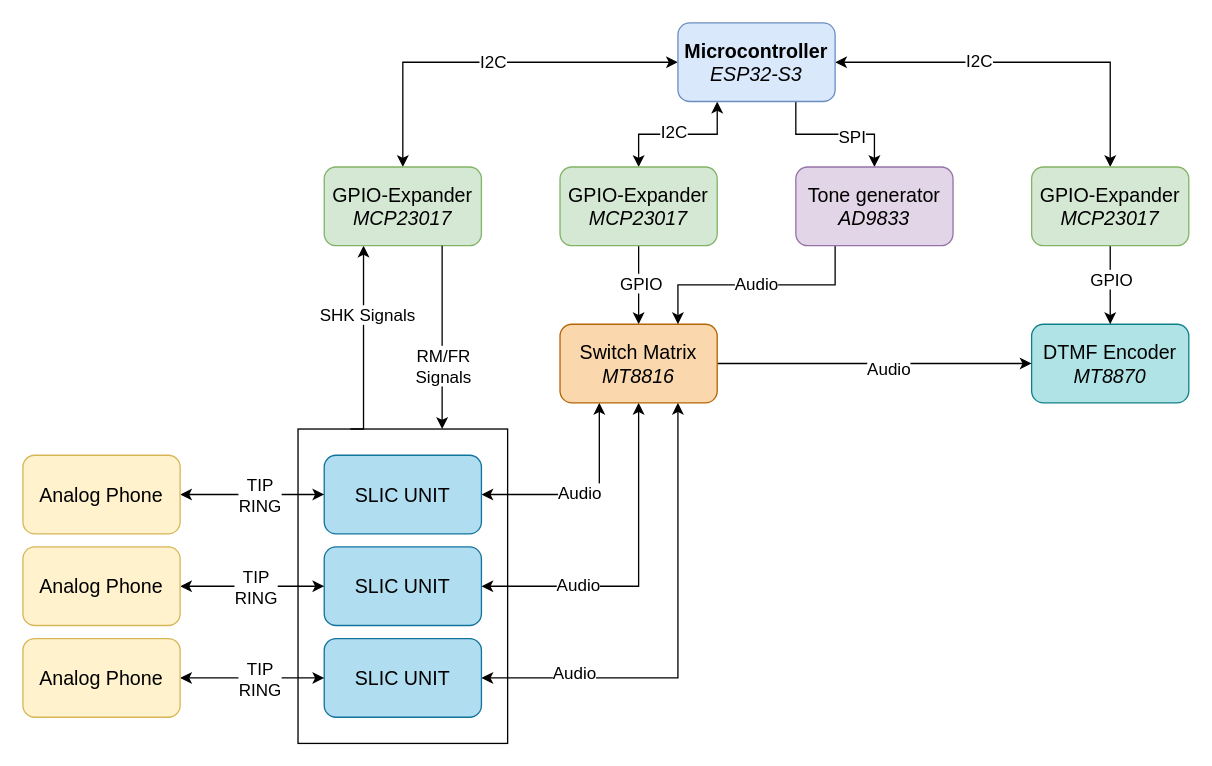
Before: docs/Block Diagram Hardware.drawio in ondfrukt/Phone-exchange, a draw.io diagram. Source tidied: cells renumbered, new cells numbered last; positions are measured from the earlier drawing's top-left corner, leaving out a move shared by most shapes. Both pictures are drawn from the tidied source at 131%, with x=0, y=0 at pixel (22, 22).
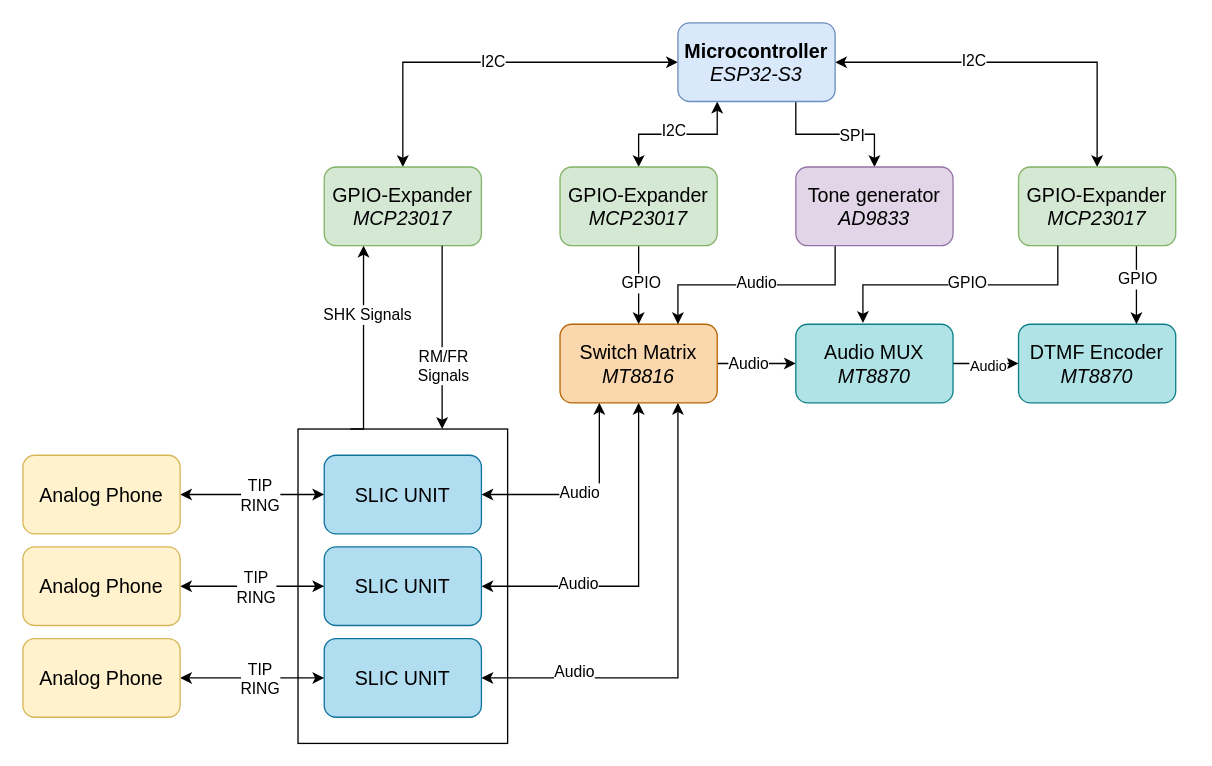
After the change.

Unchanged cells that the change refers to:
```xml
<mxCell id="3" style="edgeStyle=orthogonalEdgeStyle;rounded=0;jettySize=auto;html=1;exitX=0;exitY=0.5;exitDx=0;exitDy=0;startArrow=classic;startFill=1;" parent="1" edge="1" source="11" target="14">
  <mxGeometry relative="1" as="geometry" />
</mxCell>
<mxCell id="5" style="edgeStyle=orthogonalEdgeStyle;rounded=0;jettySize=auto;html=1;exitX=0.25;exitY=1;exitDx=0;exitDy=0;entryX=0.5;entryY=0;entryDx=0;entryDy=0;startArrow=classic;startFill=1;" parent="1" edge="1" source="11" target="17">
  <mxGeometry relative="1" as="geometry" />
</mxCell>
<mxCell id="7" style="edgeStyle=orthogonalEdgeStyle;rounded=0;jettySize=auto;html=1;exitX=1;exitY=0.5;exitDx=0;exitDy=0;entryX=0.5;entryY=0;entryDx=0;entryDy=0;startArrow=classic;startFill=1;" parent="1" edge="1" source="11" target="37">
  <mxGeometry relative="1" as="geometry" />
</mxCell>
<mxCell id="9" style="edgeStyle=orthogonalEdgeStyle;rounded=0;jettySize=auto;html=1;exitX=0.75;exitY=1;exitDx=0;exitDy=0;entryX=0.5;entryY=0;entryDx=0;entryDy=0;" parent="1" edge="1" source="11" target="34">
  <mxGeometry relative="1" as="geometry" />
</mxCell>
<mxCell id="12" style="edgeStyle=orthogonalEdgeStyle;rounded=0;jettySize=auto;html=1;exitX=0.25;exitY=1;exitDx=0;exitDy=0;startArrow=classic;startFill=1;endArrow=none;endFill=0;entryX=0.25;entryY=0;entryDx=0;entryDy=0;" parent="1" edge="1" source="14" target="2">
  <mxGeometry relative="1" as="geometry">
    <Array as="points">
      <mxPoint x="260" y="310" />
    </Array>
  </mxGeometry>
</mxCell>
<mxCell id="15" style="edgeStyle=orthogonalEdgeStyle;rounded=0;jettySize=auto;html=1;exitX=0.5;exitY=1;exitDx=0;exitDy=0;entryX=0.5;entryY=0;entryDx=0;entryDy=0;" parent="1" edge="1" source="17" target="31">
  <mxGeometry relative="1" as="geometry" />
</mxCell>
<mxCell id="19" style="edgeStyle=orthogonalEdgeStyle;rounded=0;jettySize=auto;html=1;exitX=1;exitY=0.5;exitDx=0;exitDy=0;entryX=0.75;entryY=1;entryDx=0;entryDy=0;startArrow=classic;startFill=1;" parent="1" edge="1" source="21" target="31">
  <mxGeometry relative="1" as="geometry" />
</mxCell>
<mxCell id="22" style="edgeStyle=orthogonalEdgeStyle;rounded=0;jettySize=auto;html=1;exitX=1;exitY=0.5;exitDx=0;exitDy=0;entryX=0.5;entryY=1;entryDx=0;entryDy=0;startArrow=classic;startFill=1;" parent="1" edge="1" source="26" target="31">
  <mxGeometry relative="1" as="geometry" />
</mxCell>
<mxCell id="24" style="edgeStyle=orthogonalEdgeStyle;rounded=0;jettySize=auto;html=1;exitX=0.75;exitY=1;exitDx=0;exitDy=0;" parent="1" edge="1" source="14">
  <mxGeometry relative="1" as="geometry">
    <mxPoint x="320" y="310" as="targetPoint" />
  </mxGeometry>
</mxCell>
<mxCell id="29" style="edgeStyle=orthogonalEdgeStyle;rounded=0;jettySize=auto;html=1;exitX=0.25;exitY=1;exitDx=0;exitDy=0;entryX=1;entryY=0.5;entryDx=0;entryDy=0;startArrow=classic;startFill=1;" parent="1" edge="1" source="31" target="44">
  <mxGeometry relative="1" as="geometry" />
</mxCell>
<mxCell id="31" value="&lt;div&gt;Switch Matrix&lt;/div&gt;&lt;div&gt;&lt;i&gt;MT8816&lt;/i&gt;&lt;/div&gt;" style="rounded=1;whiteSpace=wrap;html=1;fillColor=#fad7ac;strokeColor=#b46504;align=center;fontSize=15;" parent="1" vertex="1">
  <mxGeometry x="410" y="230" width="120" height="60" as="geometry" />
</mxCell>
<mxCell id="32" style="edgeStyle=orthogonalEdgeStyle;rounded=0;jettySize=auto;html=1;exitX=0.25;exitY=1;exitDx=0;exitDy=0;entryX=0.75;entryY=0;entryDx=0;entryDy=0;" parent="1" edge="1" source="34" target="31">
  <mxGeometry relative="1" as="geometry" />
</mxCell>
<mxCell id="38" style="edgeStyle=orthogonalEdgeStyle;rounded=0;jettySize=auto;html=1;exitX=1;exitY=0.5;exitDx=0;exitDy=0;entryX=0;entryY=0.5;entryDx=0;entryDy=0;startArrow=classic;startFill=1;" parent="1" edge="1" source="40" target="26">
  <mxGeometry relative="1" as="geometry" />
</mxCell>
<mxCell id="41" style="edgeStyle=orthogonalEdgeStyle;rounded=0;jettySize=auto;html=1;exitX=1;exitY=0.5;exitDx=0;exitDy=0;entryX=0;entryY=0.5;entryDx=0;entryDy=0;startArrow=classic;startFill=1;" parent="1" edge="1" source="43" target="21">
  <mxGeometry relative="1" as="geometry" />
</mxCell>
<mxCell id="45" style="edgeStyle=orthogonalEdgeStyle;rounded=0;jettySize=auto;html=1;exitX=1;exitY=0.5;exitDx=0;exitDy=0;entryX=0;entryY=0.5;entryDx=0;entryDy=0;startArrow=classic;startFill=1;" parent="1" edge="1" source="47" target="44">
  <mxGeometry relative="1" as="geometry" />
</mxCell>
```

Diff of the diagram source:
```diff
@@
-    <mxCell id="4" value="I2C" style="edgeLabel;html=1;align=center;verticalAlign=middle;fontSize=13;" parent="3" vertex="1">
+    <mxCell id="4" value="I2C" style="edgeLabel;html=1;align=center;verticalAlign=middle;fontSize=12;" parent="3" vertex="1">
       <mxGeometry x="-0.02" y="-1" relative="1" as="geometry" />
     </mxCell>
@@
-    <mxCell id="6" value="I2C" style="edgeLabel;html=1;align=center;verticalAlign=middle;fontSize=13;" parent="5" vertex="1">
+    <mxCell id="6" value="I2C" style="edgeLabel;html=1;align=center;verticalAlign=middle;fontSize=12;" parent="5" vertex="1">
       <mxGeometry x="0.07" y="-3" relative="1" as="geometry" />
     </mxCell>
@@
-    <mxCell id="8" value="I2C" style="edgeLabel;html=1;align=center;verticalAlign=middle;fontSize=13;" parent="7" vertex="1">
+    <mxCell id="8" value="I2C" style="edgeLabel;html=1;align=center;verticalAlign=middle;fontSize=12;" parent="7" vertex="1">
       <mxGeometry x="-0.25" y="2" relative="1" as="geometry" />
     </mxCell>
@@
-    <mxCell id="10" value="SPI" style="edgeLabel;html=1;align=center;verticalAlign=middle;fontSize=13;" parent="9" vertex="1">
+    <mxCell id="10" value="SPI" style="edgeLabel;html=1;align=center;verticalAlign=middle;fontSize=12;" parent="9" vertex="1">
       <mxGeometry x="0.22" y="-1" relative="1" as="geometry" />
     </mxCell>
@@
-    <mxCell id="13" value="SHK Signals" style="edgeLabel;html=1;align=center;verticalAlign=middle;fontSize=13;" parent="12" vertex="1">
+    <mxCell id="13" value="SHK Signals" style="edgeLabel;html=1;align=center;verticalAlign=middle;fontSize=12;" parent="12" vertex="1">
       <mxGeometry x="-0.11" y="2" relative="1" as="geometry">
         <mxPoint y="-15" as="offset" />
       </mxGeometry>
     </mxCell>
@@
-    <mxCell id="16" value="GPIO" style="edgeLabel;html=1;align=center;verticalAlign=middle;fontSize=13;" parent="15" vertex="1">
+    <mxCell id="16" value="GPIO" style="edgeLabel;html=1;align=center;verticalAlign=middle;fontSize=12;" parent="15" vertex="1">
       <mxGeometry x="-0.08" y="1" relative="1" as="geometry" />
     </mxCell>
@@
     <mxCell id="18" value="DTMF Encoder&lt;br&gt;&lt;i&gt;MT8870&lt;/i&gt;" style="rounded=1;whiteSpace=wrap;html=1;fillColor=#b0e3e6;strokeColor=#0e8088;fontSize=15;" parent="1" vertex="1">
-      <mxGeometry x="770" y="230" width="120" height="60" as="geometry" />
+      <mxGeometry x="760" y="230" width="120" height="60" as="geometry" />
     </mxCell>
@@
-    <mxCell id="20" value="Audio" style="edgeLabel;html=1;align=center;verticalAlign=middle;fontSize=13;" parent="19" vertex="1">
+    <mxCell id="20" value="Audio" style="edgeLabel;html=1;align=center;verticalAlign=middle;fontSize=12;" parent="19" vertex="1">
       <mxGeometry x="0.05" y="4" relative="1" as="geometry">
         <mxPoint x="-76" y="34" as="offset" />
       </mxGeometry>
     </mxCell>
@@
-    <mxCell id="23" value="Audio" style="edgeLabel;html=1;align=center;verticalAlign=middle;fontSize=13;" parent="22" vertex="1">
+    <mxCell id="23" value="Audio" style="edgeLabel;html=1;align=center;verticalAlign=middle;fontSize=12;" parent="22" vertex="1">
       <mxGeometry x="-0.06" relative="1" as="geometry">
         <mxPoint x="-47" as="offset" />
       </mxGeometry>
     </mxCell>
@@
-    <mxCell id="25" value="RM/FR&lt;br&gt;Signals" style="edgeLabel;html=1;align=center;verticalAlign=middle;fontSize=13;" parent="24" vertex="1">
+    <mxCell id="25" value="RM/FR&lt;br&gt;Signals" style="edgeLabel;html=1;align=center;verticalAlign=middle;fontSize=12;" parent="24" vertex="1">
       <mxGeometry x="-0.06" relative="1" as="geometry">
         <mxPoint y="25" as="offset" />
       </mxGeometry>
     </mxCell>
@@
-    <mxCell id="27" style="edgeStyle=orthogonalEdgeStyle;rounded=0;jettySize=auto;html=1;exitX=1;exitY=0.5;exitDx=0;exitDy=0;entryX=0;entryY=0.5;entryDx=0;entryDy=0;" parent="1" edge="1" source="31" target="18">
+    <mxCell id="27" style="edgeStyle=orthogonalEdgeStyle;rounded=0;jettySize=auto;html=1;exitX=1;exitY=0.5;exitDx=0;exitDy=0;entryX=0;entryY=0.5;entryDx=0;entryDy=0;" parent="1" edge="1" source="31" target="50">
       <mxGeometry relative="1" as="geometry" />
     </mxCell>
-    <mxCell id="28" value="Audio" style="edgeLabel;html=1;align=center;verticalAlign=middle;fontSize=13;" parent="27" vertex="1">
-      <mxGeometry x="0.08" y="-3" relative="1" as="geometry" />
+    <mxCell id="28" value="Audio" style="edgeLabel;html=1;align=center;verticalAlign=middle;fontSize=12;" parent="27" vertex="1">
+      <mxGeometry x="0.08" y="-3" relative="1" as="geometry">
+        <mxPoint x="-9" y="-3" as="offset" />
+      </mxGeometry>
     </mxCell>
@@
-    <mxCell id="30" value="Audio" style="edgeLabel;html=1;align=center;verticalAlign=middle;fontSize=13;" parent="29" vertex="1">
+    <mxCell id="30" value="Audio" style="edgeLabel;html=1;align=center;verticalAlign=middle;fontSize=12;" parent="29" vertex="1">
       <mxGeometry x="0.07" y="-2" relative="1" as="geometry" />
     </mxCell>
@@
-    <mxCell id="33" value="Audio" style="edgeLabel;html=1;align=center;verticalAlign=middle;fontSize=13;" parent="32" vertex="1">
+    <mxCell id="33" value="Audio" style="edgeLabel;html=1;align=center;verticalAlign=middle;fontSize=12;" parent="32" vertex="1">
       <mxGeometry x="-0.19" y="-2" relative="1" as="geometry">
         <mxPoint x="-18" as="offset" />
       </mxGeometry>
     </mxCell>
-    <mxCell id="34" value="Tone generator&lt;div&gt;&lt;i&gt;AD9833&lt;/i&gt;&lt;/div&gt;" style="rounded=1;whiteSpace=wrap;html=1;fillColor=#e1d5e7;strokeColor=#9673a6;fontSize=15;" parent="1" vertex="1">
-      <mxGeometry x="590" y="110" width="120" height="60" as="geometry" />
-    </mxCell>
-    <mxCell id="35" style="edgeStyle=orthogonalEdgeStyle;rounded=0;jettySize=auto;html=1;exitX=0.5;exitY=1;exitDx=0;exitDy=0;" parent="1" edge="1" source="37" target="18">
+    <mxCell id="35" style="edgeStyle=orthogonalEdgeStyle;rounded=0;jettySize=auto;html=1;exitX=0.75;exitY=1;exitDx=0;exitDy=0;entryX=0.75;entryY=0;entryDx=0;entryDy=0;" parent="1" edge="1" source="37" target="18">
       <mxGeometry relative="1" as="geometry" />
     </mxCell>
-    <mxCell id="36" value="GPIO" style="edgeLabel;html=1;align=center;verticalAlign=middle;fontSize=13;" parent="35" vertex="1">
+    <mxCell id="36" value="GPIO" style="edgeLabel;html=1;align=center;verticalAlign=middle;fontSize=12;" parent="35" vertex="1">
       <mxGeometry x="-0.16" y="-5" relative="1" as="geometry">
         <mxPoint x="5" as="offset" />
       </mxGeometry>
     </mxCell>
     <mxCell id="37" value="&lt;font&gt;GPIO-Expander&lt;br&gt;&lt;i&gt;MCP23017&lt;/i&gt;&lt;/font&gt;" style="rounded=1;whiteSpace=wrap;html=1;fillColor=#d5e8d4;strokeColor=#82b366;fontSize=15;" parent="1" vertex="1">
-      <mxGeometry x="770" y="110" width="120" height="60" as="geometry" />
+      <mxGeometry x="760" y="110" width="120" height="60" as="geometry" />
     </mxCell>
@@
-    <mxCell id="39" value="TIP&lt;div&gt;RING&lt;/div&gt;" style="edgeLabel;html=1;align=center;verticalAlign=middle;fontSize=13;" parent="38" vertex="1">
+    <mxCell id="39" value="TIP&lt;div&gt;RING&lt;/div&gt;" style="edgeLabel;html=1;align=center;verticalAlign=middle;fontSize=12;" parent="38" vertex="1">
       <mxGeometry x="0.04" y="2" relative="1" as="geometry">
         <mxPoint y="2" as="offset" />
       </mxGeometry>
     </mxCell>
@@
-    <mxCell id="42" value="TIP&lt;div&gt;RING&lt;/div&gt;" style="edgeLabel;html=1;align=center;verticalAlign=middle;fontSize=13;" parent="41" vertex="1">
+    <mxCell id="42" value="TIP&lt;div&gt;RING&lt;/div&gt;" style="edgeLabel;html=1;align=center;verticalAlign=middle;fontSize=12;" parent="41" vertex="1">
       <mxGeometry x="-0.07" relative="1" as="geometry">
         <mxPoint x="9" as="offset" />
       </mxGeometry>
     </mxCell>
@@
-    <mxCell id="46" value="TIP&lt;div&gt;RING&lt;/div&gt;" style="edgeLabel;html=1;align=center;verticalAlign=middle;fontSize=13;" parent="45" vertex="1">
+    <mxCell id="46" value="TIP&lt;div&gt;RING&lt;/div&gt;" style="edgeLabel;html=1;align=center;verticalAlign=middle;fontSize=12;" parent="45" vertex="1">
       <mxGeometry x="-0.15" y="2" relative="1" as="geometry">
         <mxPoint x="13" y="2" as="offset" />
       </mxGeometry>
     </mxCell>
@@
+    <mxCell id="48" style="edgeStyle=none;html=1;exitX=1;exitY=0.5;exitDx=0;exitDy=0;entryX=0;entryY=0.5;entryDx=0;entryDy=0;" parent="1" edge="1" source="50" target="18">
+      <mxGeometry relative="1" as="geometry" />
+    </mxCell>
+    <mxCell id="49" value="Audio" style="edgeLabel;html=1;align=center;verticalAlign=middle;" parent="48" vertex="1">
+      <mxGeometry x="0.02" y="-1" relative="1" as="geometry" />
+    </mxCell>
+    <mxCell id="50" value="Audio MUX&lt;br&gt;&lt;i&gt;MT8870&lt;/i&gt;" style="rounded=1;whiteSpace=wrap;html=1;fillColor=#b0e3e6;strokeColor=#0e8088;fontSize=15;" parent="1" vertex="1">
+      <mxGeometry x="590" y="230" width="120" height="60" as="geometry" />
+    </mxCell>
+    <mxCell id="34" value="Tone generator&lt;div&gt;&lt;i&gt;AD9833&lt;/i&gt;&lt;/div&gt;" style="rounded=1;whiteSpace=wrap;html=1;fillColor=#e1d5e7;strokeColor=#9673a6;fontSize=15;" parent="1" vertex="1">
+      <mxGeometry x="590" y="110" width="120" height="60" as="geometry" />
+    </mxCell>
+    <mxCell id="51" style="edgeStyle=orthogonalEdgeStyle;rounded=0;jettySize=auto;html=1;exitX=0.427;exitY=-0.016;exitDx=0;exitDy=0;entryX=0.25;entryY=1;entryDx=0;entryDy=0;startArrow=classic;startFill=1;exitPerimeter=0;endArrow=none;endFill=0;" parent="1" edge="1" source="50" target="37">
+      <mxGeometry relative="1" as="geometry" />
+    </mxCell>
+    <mxCell id="52" value="GPIO" style="edgeLabel;html=1;align=center;verticalAlign=middle;fontSize=12;" parent="51" vertex="1">
+      <mxGeometry x="-0.25" y="2" relative="1" as="geometry">
+        <mxPoint x="30" as="offset" />
+      </mxGeometry>
+    </mxCell>
```
